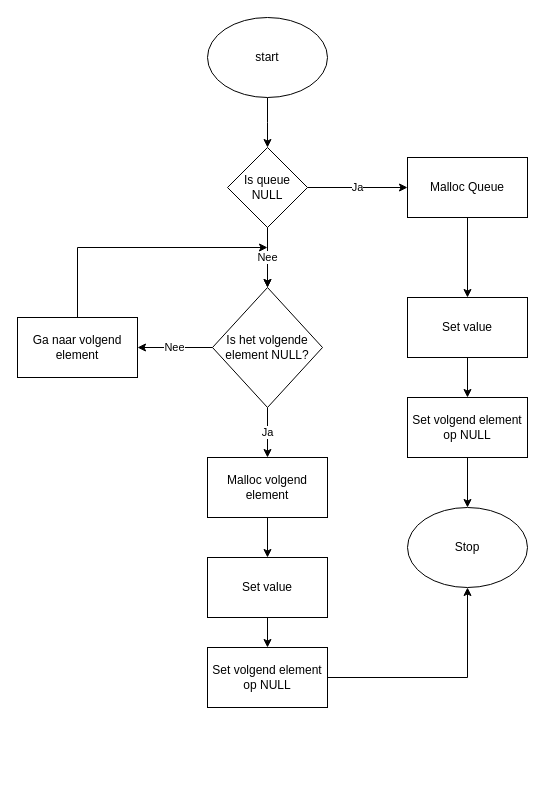
The draw.io diagram diagrams/queue/addtoqueue.drawio in BartvanS/sem3-eindopdracht-auto, before the edit. Source tidied: cells renumbered, new cells numbered last; positions are measured from the earlier drawing's top-left corner, leaving out a move shared by most shapes. Both pictures are drawn from the tidied source at 100%, with x=0, y=0 at pixel (17, 17).
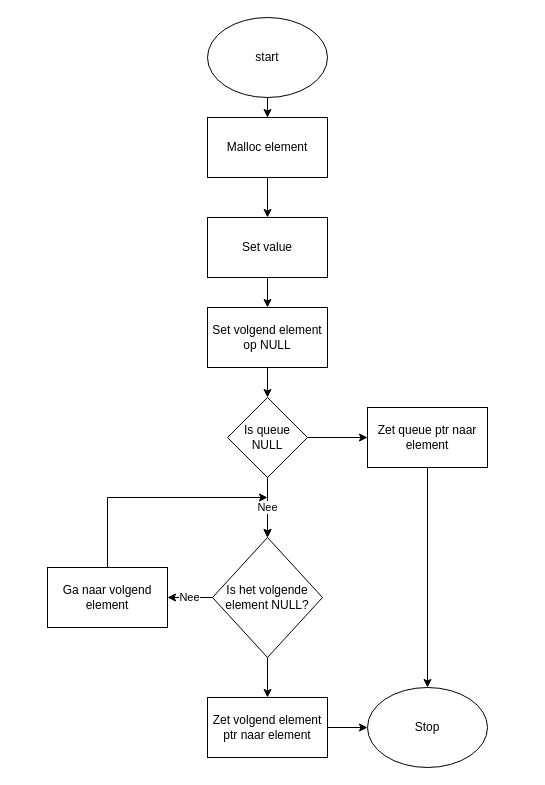
The same diagram, later.

Unchanged cells that the change refers to:
```xml
<mxCell id="3" value="start" style="ellipse;whiteSpace=wrap;html=1;" parent="1" vertex="1">
  <mxGeometry x="190" width="120" height="80" as="geometry" />
</mxCell>
```

Diff of the diagram source:
```diff
@@
-    <mxCell id="2" style="edgeStyle=orthogonalEdgeStyle;rounded=0;jettySize=auto;html=1;" parent="1" edge="1" source="3">
-      <mxGeometry relative="1" as="geometry">
-        <mxPoint x="250" y="130" as="targetPoint" />
-      </mxGeometry>
-    </mxCell>
+    <mxCell id="26" style="edgeStyle=orthogonalEdgeStyle;rounded=0;jettySize=auto;html=1;entryX=0.5;entryY=0;entryDx=0;entryDy=0;" parent="1" edge="1" source="3" target="19">
+      <mxGeometry relative="1" as="geometry" />
+    </mxCell>
@@
-    <mxCell id="4" value="Ja" style="edgeStyle=orthogonalEdgeStyle;rounded=0;jettySize=auto;html=1;" parent="1" edge="1" source="7">
-      <mxGeometry relative="1" as="geometry">
-        <mxPoint x="390" y="170" as="targetPoint" />
-      </mxGeometry>
-    </mxCell>
@@
+    <mxCell id="27" style="edgeStyle=orthogonalEdgeStyle;rounded=0;jettySize=auto;html=1;" parent="1" edge="1" source="7" target="31">
+      <mxGeometry relative="1" as="geometry" />
+    </mxCell>
     <mxCell id="7" value="Is queue NULL" style="rhombus;whiteSpace=wrap;html=1;" parent="1" vertex="1">
-      <mxGeometry x="210" y="130" width="80" height="80" as="geometry" />
+      <mxGeometry x="210" y="380" width="80" height="80" as="geometry" />
     </mxCell>
-    <mxCell id="8" style="edgeStyle=orthogonalEdgeStyle;rounded=0;jettySize=auto;html=1;" parent="1" edge="1" source="9" target="11">
-      <mxGeometry relative="1" as="geometry" />
-    </mxCell>
-    <mxCell id="9" value="Malloc Queue" style="rounded=0;whiteSpace=wrap;html=1;" parent="1" vertex="1">
-      <mxGeometry x="390" y="140" width="120" height="60" as="geometry" />
-    </mxCell>
-    <mxCell id="10" style="edgeStyle=orthogonalEdgeStyle;rounded=0;jettySize=auto;html=1;" parent="1" edge="1" source="24" target="12">
-      <mxGeometry relative="1" as="geometry" />
-    </mxCell>
-    <mxCell id="11" value="Set value" style="whiteSpace=wrap;html=1;rounded=0;" parent="1" vertex="1">
-      <mxGeometry x="390" y="280" width="120" height="60" as="geometry" />
-    </mxCell>
-    <mxCell id="12" value="Stop" style="ellipse;whiteSpace=wrap;html=1;rounded=0;" parent="1" vertex="1">
-      <mxGeometry x="390" y="490" width="120" height="80" as="geometry" />
-    </mxCell>
@@
-    <mxCell id="14" value="Ja" style="edgeStyle=orthogonalEdgeStyle;rounded=0;jettySize=auto;html=1;" parent="1" edge="1" source="15" target="19">
-      <mxGeometry relative="1" as="geometry" />
-    </mxCell>
+    <mxCell id="28" style="edgeStyle=orthogonalEdgeStyle;rounded=0;jettySize=auto;html=1;" parent="1" edge="1" source="15" target="33">
+      <mxGeometry relative="1" as="geometry" />
+    </mxCell>
     <mxCell id="15" value="Is het volgende element NULL?" style="rhombus;whiteSpace=wrap;html=1;" parent="1" vertex="1">
-      <mxGeometry x="195" y="270" width="110" height="120" as="geometry" />
+      <mxGeometry x="195" y="520" width="110" height="120" as="geometry" />
     </mxCell>
     <mxCell id="16" style="edgeStyle=orthogonalEdgeStyle;rounded=0;jettySize=auto;html=1;" parent="1" edge="1" source="17">
       <mxGeometry relative="1" as="geometry">
-        <mxPoint x="250" y="230" as="targetPoint" />
+        <mxPoint x="250" y="480" as="targetPoint" />
         <Array as="points">
-          <mxPoint x="60" y="230" />
+          <mxPoint x="90" y="480" />
         </Array>
       </mxGeometry>
     </mxCell>
     <mxCell id="17" value="Ga naar volgend element" style="whiteSpace=wrap;html=1;" parent="1" vertex="1">
-      <mxGeometry y="300" width="120" height="60" as="geometry" />
+      <mxGeometry x="30" y="550" width="120" height="60" as="geometry" />
     </mxCell>
@@
-    <mxCell id="19" value="Malloc volgend element" style="whiteSpace=wrap;html=1;" parent="1" vertex="1">
-      <mxGeometry x="190" y="440" width="120" height="60" as="geometry" />
+    <mxCell id="19" value="Malloc element" style="whiteSpace=wrap;html=1;" parent="1" vertex="1">
+      <mxGeometry x="190" y="100" width="120" height="60" as="geometry" />
     </mxCell>
@@
     <mxCell id="21" value="Set value" style="whiteSpace=wrap;html=1;" parent="1" vertex="1">
-      <mxGeometry x="190" y="540" width="120" height="60" as="geometry" />
+      <mxGeometry x="190" y="200" width="120" height="60" as="geometry" />
     </mxCell>
-    <mxCell id="22" style="edgeStyle=orthogonalEdgeStyle;rounded=0;jettySize=auto;html=1;entryX=0.5;entryY=1;entryDx=0;entryDy=0;" parent="1" edge="1" source="23" target="12">
-      <mxGeometry relative="1" as="geometry" />
-    </mxCell>
+    <mxCell id="29" style="edgeStyle=orthogonalEdgeStyle;rounded=0;jettySize=auto;html=1;entryX=0.5;entryY=0;entryDx=0;entryDy=0;" parent="1" edge="1" source="23" target="7">
+      <mxGeometry relative="1" as="geometry" />
+    </mxCell>
     <mxCell id="23" value="Set volgend element op NULL" style="whiteSpace=wrap;html=1;" parent="1" vertex="1">
-      <mxGeometry x="190" y="630" width="120" height="60" as="geometry" />
+      <mxGeometry x="190" y="290" width="120" height="60" as="geometry" />
     </mxCell>
-    <mxCell id="24" value="Set volgend element op NULL" style="whiteSpace=wrap;html=1;" parent="1" vertex="1">
-      <mxGeometry x="390" y="380" width="120" height="60" as="geometry" />
-    </mxCell>
-    <mxCell id="25" style="edgeStyle=orthogonalEdgeStyle;rounded=0;jettySize=auto;html=1;" parent="1" edge="1" source="11" target="24">
-      <mxGeometry relative="1" as="geometry" />
-    </mxCell>
+    <mxCell id="30" style="edgeStyle=orthogonalEdgeStyle;rounded=0;jettySize=auto;html=1;" parent="1" edge="1" source="31" target="12">
+      <mxGeometry relative="1" as="geometry" />
+    </mxCell>
+    <mxCell id="31" value="Zet queue ptr naar element" style="whiteSpace=wrap;html=1;" parent="1" vertex="1">
+      <mxGeometry x="350" y="390" width="120" height="60" as="geometry" />
+    </mxCell>
+    <mxCell id="32" style="edgeStyle=orthogonalEdgeStyle;rounded=0;jettySize=auto;html=1;" parent="1" edge="1" source="33" target="12">
+      <mxGeometry relative="1" as="geometry" />
+    </mxCell>
+    <mxCell id="33" value="Zet volgend element ptr naar element" style="whiteSpace=wrap;html=1;" parent="1" vertex="1">
+      <mxGeometry x="190" y="680" width="120" height="60" as="geometry" />
+    </mxCell>
+    <mxCell id="12" value="Stop" style="ellipse;whiteSpace=wrap;html=1;" parent="1" vertex="1">
+      <mxGeometry x="350" y="670" width="120" height="80" as="geometry" />
+    </mxCell>
```
